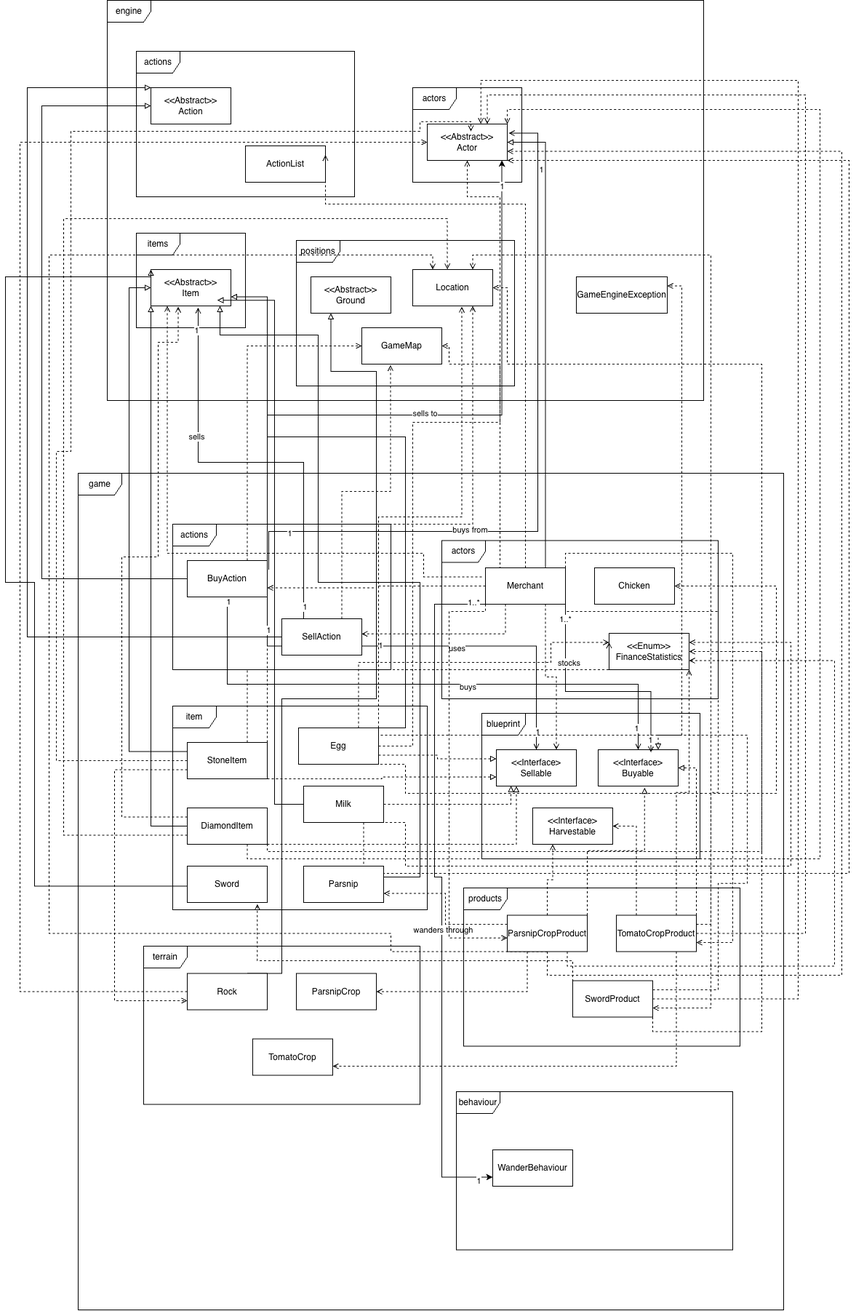
This is docs/design/Req3 - UML.png from light1234-hub/StackQueueValley, a draw.io export, as it was before one commit. Source tidied: cells renumbered, new cells last; positions are measured from the earlier drawing's top-left corner, leaving out a move shared by most shapes.
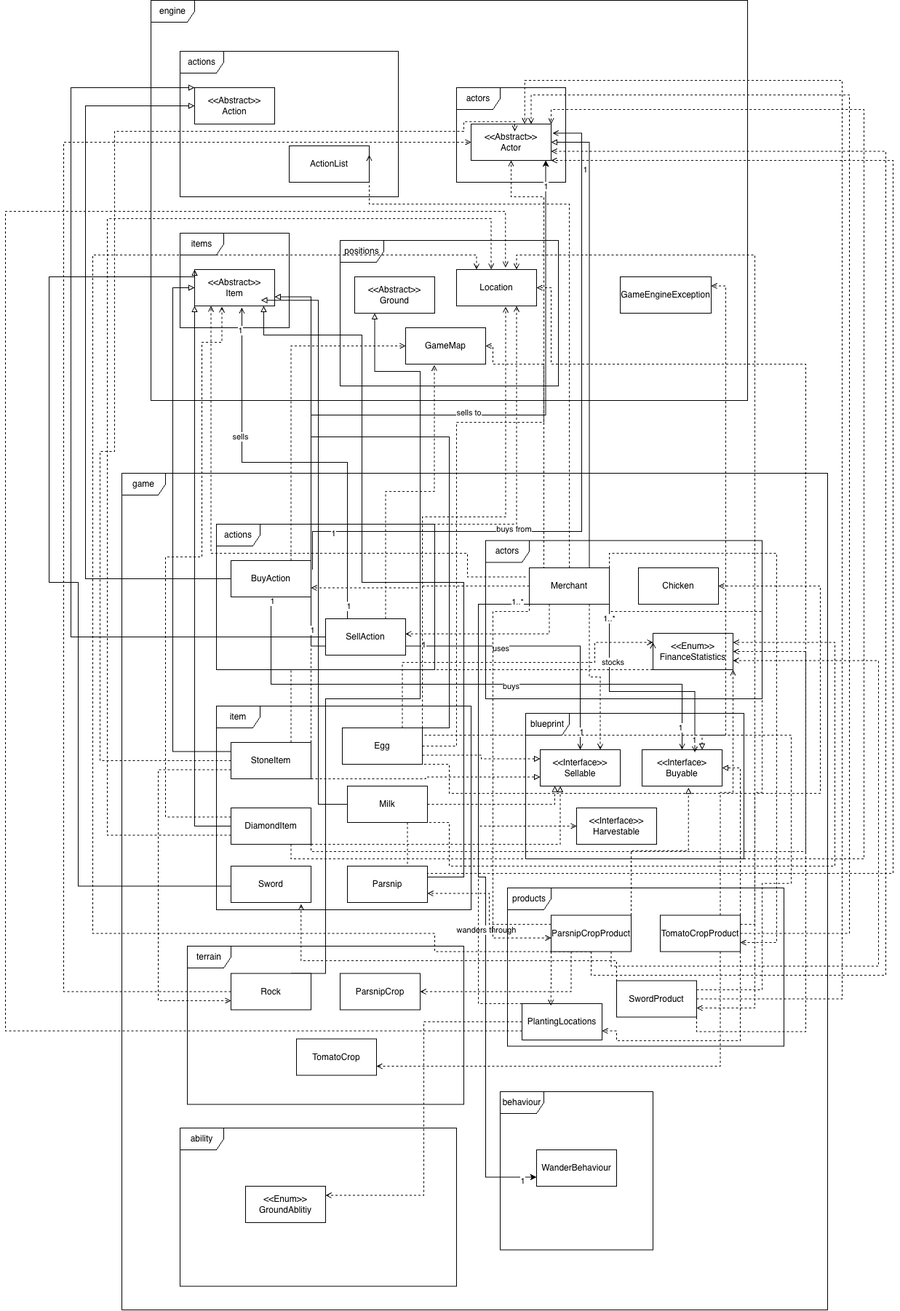
The same file after the commit.

Commit message:
Updated the Req3 - UML to include the new PlantingLocations class

Change to the diagram source:
```diff
@@ -94,7 +94,7 @@
     <mxCell id="25" value="BuyAction" style="html=1;whiteSpace=wrap;" parent="1" vertex="1">
       <mxGeometry x="250" y="770" width="110" height="50" as="geometry" />
     </mxCell>
-    <mxCell id="26" value="&amp;lt;&amp;lt;Interface&amp;gt;&lt;div&gt;Sellable&lt;/div&gt;" style="html=1;whiteSpace=wrap;" parent="1" vertex="1">
+    <mxCell id="26" value="&amp;lt;&amp;lt;Interface&amp;gt;&amp;gt;&lt;div&gt;Sellable&lt;/div&gt;" style="html=1;whiteSpace=wrap;" parent="1" vertex="1">
       <mxGeometry x="675" y="1030" width="110" height="50" as="geometry" />
     </mxCell>
     <mxCell id="27" value="actions" style="shape=umlFrame;whiteSpace=wrap;html=1;" parent="1" vertex="1">
@@ -214,7 +214,7 @@
     <mxCell id="49" value="&amp;lt;&amp;lt;Interface&amp;gt;&lt;div&gt;Buyable&lt;/div&gt;" style="html=1;whiteSpace=wrap;" parent="1" vertex="1">
       <mxGeometry x="815" y="1030" width="110" height="50" as="geometry" />
     </mxCell>
-    <mxCell id="50" value="&amp;lt;&amp;lt;Interface&amp;gt;&lt;div&gt;Harvestable&lt;/div&gt;" style="html=1;whiteSpace=wrap;" parent="1" vertex="1">
+    <mxCell id="50" value="&amp;lt;&amp;lt;Interface&amp;gt;&amp;gt;&lt;div&gt;Harvestable&lt;/div&gt;" style="html=1;whiteSpace=wrap;" parent="1" vertex="1">
       <mxGeometry x="725" y="1110" width="110" height="50" as="geometry" />
     </mxCell>
     <mxCell id="51" value="Chicken" style="html=1;whiteSpace=wrap;" parent="1" vertex="1">
@@ -399,9 +399,6 @@
     <mxCell id="77" value="Parsnip" style="html=1;whiteSpace=wrap;" parent="1" vertex="1">
       <mxGeometry x="410" y="1190" width="110" height="50" as="geometry" />
     </mxCell>
-    <mxCell id="78" style="edgeStyle=orthogonalEdgeStyle;rounded=0;jettySize=auto;html=1;exitX=0.5;exitY=0;exitDx=0;exitDy=0;entryX=0.25;entryY=1;entryDx=0;entryDy=0;dashed=1;endArrow=open;endFill=0;" parent="1" edge="1" source="84" target="50">
-      <mxGeometry relative="1" as="geometry" />
-    </mxCell>
     <mxCell id="79" style="edgeStyle=orthogonalEdgeStyle;rounded=0;jettySize=auto;html=1;exitX=0.25;exitY=1;exitDx=0;exitDy=0;entryX=1;entryY=0.5;entryDx=0;entryDy=0;dashed=1;endArrow=open;endFill=0;" parent="1" edge="1" source="84" target="101">
       <mxGeometry relative="1" as="geometry" />
     </mxCell>
@@ -446,9 +443,6 @@
     <mxCell id="86" style="edgeStyle=orthogonalEdgeStyle;rounded=0;jettySize=auto;html=1;exitX=1;exitY=0;exitDx=0;exitDy=0;entryX=1;entryY=0.5;entryDx=0;entryDy=0;dashed=1;endArrow=block;endFill=0;" parent="1" edge="1" source="92" target="49">
       <mxGeometry relative="1" as="geometry" />
     </mxCell>
-    <mxCell id="87" style="edgeStyle=orthogonalEdgeStyle;rounded=0;jettySize=auto;html=1;exitX=0.25;exitY=0;exitDx=0;exitDy=0;entryX=1;entryY=0.5;entryDx=0;entryDy=0;dashed=1;endArrow=open;endFill=0;" parent="1" edge="1" source="92" target="50">
-      <mxGeometry relative="1" as="geometry" />
-    </mxCell>
     <mxCell id="88" style="edgeStyle=orthogonalEdgeStyle;rounded=0;jettySize=auto;html=1;exitX=0.75;exitY=1;exitDx=0;exitDy=0;entryX=1;entryY=0.75;entryDx=0;entryDy=0;dashed=1;endArrow=open;endFill=0;" parent="1" edge="1" source="92" target="102">
       <mxGeometry relative="1" as="geometry" />
     </mxCell>
@@ -467,6 +461,15 @@
         </Array>
       </mxGeometry>
     </mxCell>
+    <mxCell id="130" style="edgeStyle=orthogonalEdgeStyle;rounded=0;jettySize=auto;html=1;exitX=1;exitY=1;exitDx=0;exitDy=0;entryX=1;entryY=0.75;entryDx=0;entryDy=0;dashed=1;endArrow=open;endFill=0;" parent="1" edge="1" source="92" target="133">
+      <mxGeometry relative="1" as="geometry">
+        <Array as="points">
+          <mxPoint x="950" y="1430" />
+          <mxPoint x="780" y="1430" />
+          <mxPoint x="780" y="1416.5" />
+        </Array>
+      </mxGeometry>
+    </mxCell>
     <mxCell id="92" value="TomatoCropProduct" style="html=1;whiteSpace=wrap;" parent="1" vertex="1">
       <mxGeometry x="840" y="1257.5" width="110" height="50" as="geometry" />
     </mxCell>
@@ -530,7 +533,7 @@
       <mxGeometry x="340" y="1427.5" width="110" height="50" as="geometry" />
     </mxCell>
     <mxCell id="103" value="behaviour" style="shape=umlFrame;whiteSpace=wrap;html=1;" parent="1" vertex="1">
-      <mxGeometry x="620" y="1500" width="380" height="217.5" as="geometry" />
+      <mxGeometry x="620" y="1500" width="210" height="217.5" as="geometry" />
     </mxCell>
     <mxCell id="104" value="WanderBehaviour" style="html=1;whiteSpace=wrap;" parent="1" vertex="1">
       <mxGeometry x="670" y="1580" width="110" height="50" as="geometry" />
@@ -673,5 +676,37 @@
         </Array>
       </mxGeometry>
     </mxCell>
+    <mxCell id="131" style="edgeStyle=orthogonalEdgeStyle;rounded=0;jettySize=auto;html=1;exitX=0;exitY=0;exitDx=0;exitDy=0;entryX=0;entryY=0.5;entryDx=0;entryDy=0;dashed=1;endArrow=open;endFill=0;" parent="1" edge="1" source="133" target="50">
+      <mxGeometry relative="1" as="geometry">
+        <Array as="points">
+          <mxPoint x="590" y="1379" />
+          <mxPoint x="590" y="1135" />
+        </Array>
+      </mxGeometry>
+    </mxCell>
+    <mxCell id="132" style="edgeStyle=orthogonalEdgeStyle;rounded=0;jettySize=auto;html=1;exitX=0;exitY=0.5;exitDx=0;exitDy=0;entryX=1;entryY=0.25;entryDx=0;entryDy=0;dashed=1;endArrow=open;endFill=0;" parent="1" edge="1" source="133" target="137">
+      <mxGeometry relative="1" as="geometry" />
+    </mxCell>
+    <mxCell id="133" value="PlantingLocations" style="html=1;whiteSpace=wrap;" parent="1" vertex="1">
+      <mxGeometry x="650" y="1379" width="110" height="50" as="geometry" />
+    </mxCell>
+    <mxCell id="134" style="edgeStyle=orthogonalEdgeStyle;rounded=0;jettySize=auto;html=1;exitX=0;exitY=1;exitDx=0;exitDy=0;entryX=0.36;entryY=0.052;entryDx=0;entryDy=0;entryPerimeter=0;dashed=1;endArrow=open;endFill=0;" parent="1" edge="1" source="84" target="133">
+      <mxGeometry x="0.03" relative="1" as="geometry" />
+    </mxCell>
+    <mxCell id="135" style="edgeStyle=orthogonalEdgeStyle;rounded=0;jettySize=auto;html=1;exitX=0;exitY=0.75;exitDx=0;exitDy=0;entryX=0.612;entryY=-0.06;entryDx=0;entryDy=0;entryPerimeter=0;dashed=1;endArrow=open;endFill=0;" parent="1" edge="1" source="133" target="10">
+      <mxGeometry x="-0.06" relative="1" as="geometry">
+        <Array as="points">
+          <mxPoint x="-60" y="1416.5" />
+          <mxPoint x="-60" y="290" />
+          <mxPoint x="627.3" y="290" />
+        </Array>
+      </mxGeometry>
+    </mxCell>
+    <mxCell id="136" value="ability" style="shape=umlFrame;whiteSpace=wrap;html=1;" parent="1" vertex="1">
+      <mxGeometry x="180" y="1550" width="380" height="217.5" as="geometry" />
+    </mxCell>
+    <mxCell id="137" value="&lt;div&gt;&amp;lt;&amp;lt;Enum&amp;gt;&amp;gt;&lt;/div&gt;GroundAblitiy" style="html=1;whiteSpace=wrap;" parent="1" vertex="1">
+      <mxGeometry x="270" y="1630" width="110" height="50" as="geometry" />
+    </mxCell>
   </root>
 </mxGraphModel>
```
